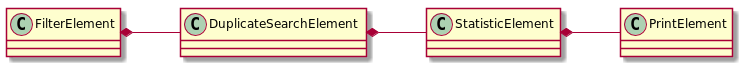
This is javaDesignPatterns/src/docs/asciidoc/diagram-chain-classes-aggregation.png from trustedshops/design-patterns, a PlantUML export, as it was before one commit.
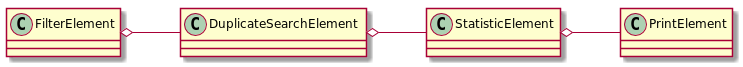
After the commit.

Change to the diagram source:
```diff
@@ -1,7 +1,7 @@
 @startuml
 left to right direction
 
-FilterElement *-- DuplicateSearchElement
-DuplicateSearchElement *-- StatisticElement
-StatisticElement *-- PrintElement
+FilterElement o-- DuplicateSearchElement
+DuplicateSearchElement o-- StatisticElement
+StatisticElement o-- PrintElement
 @enduml
```
